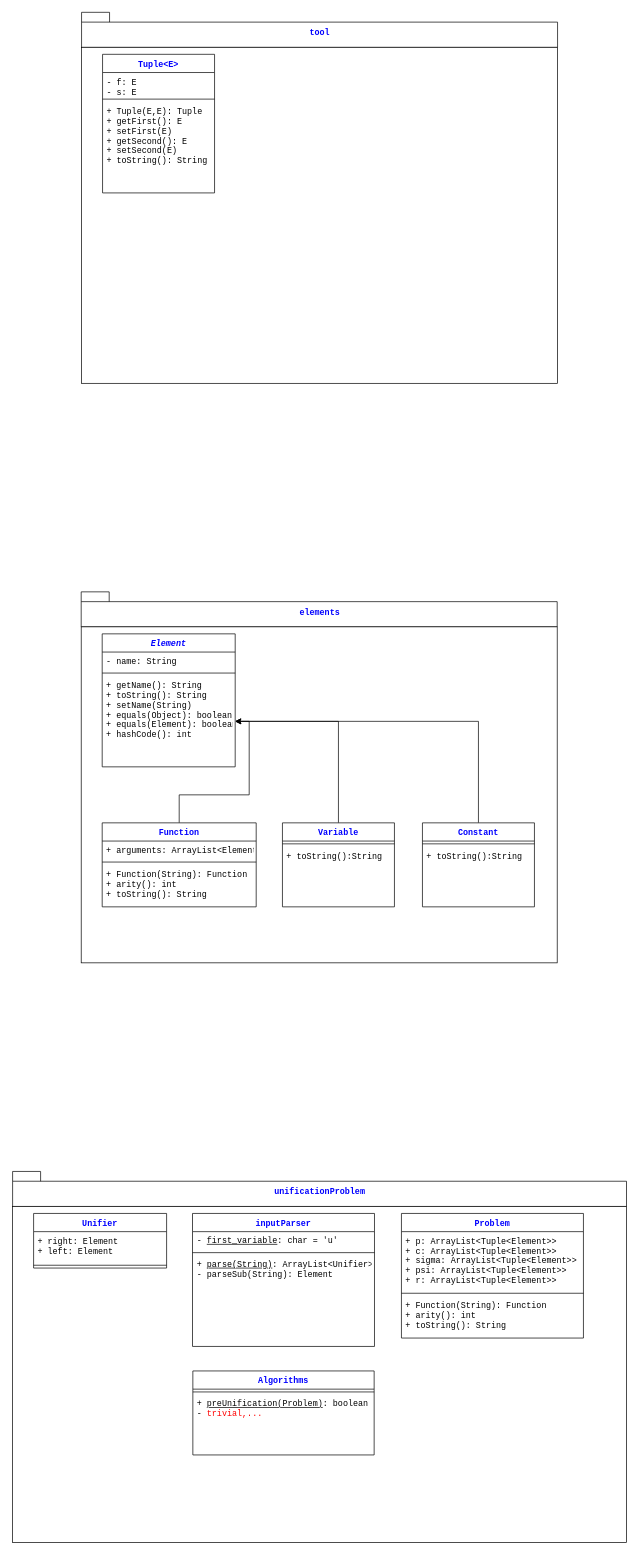
The draw.io diagram Documentation/SystemModel.drawio in SophieHofmanninger/Solving-proximity-constraints, before the edit. Source tidied: cells renumbered, new cells numbered last; positions are measured from the earlier drawing's top-left corner, leaving out a move shared by most shapes. Both pictures are drawn from the tidied source at 70%, with x=0, y=0 at pixel (12, 12).
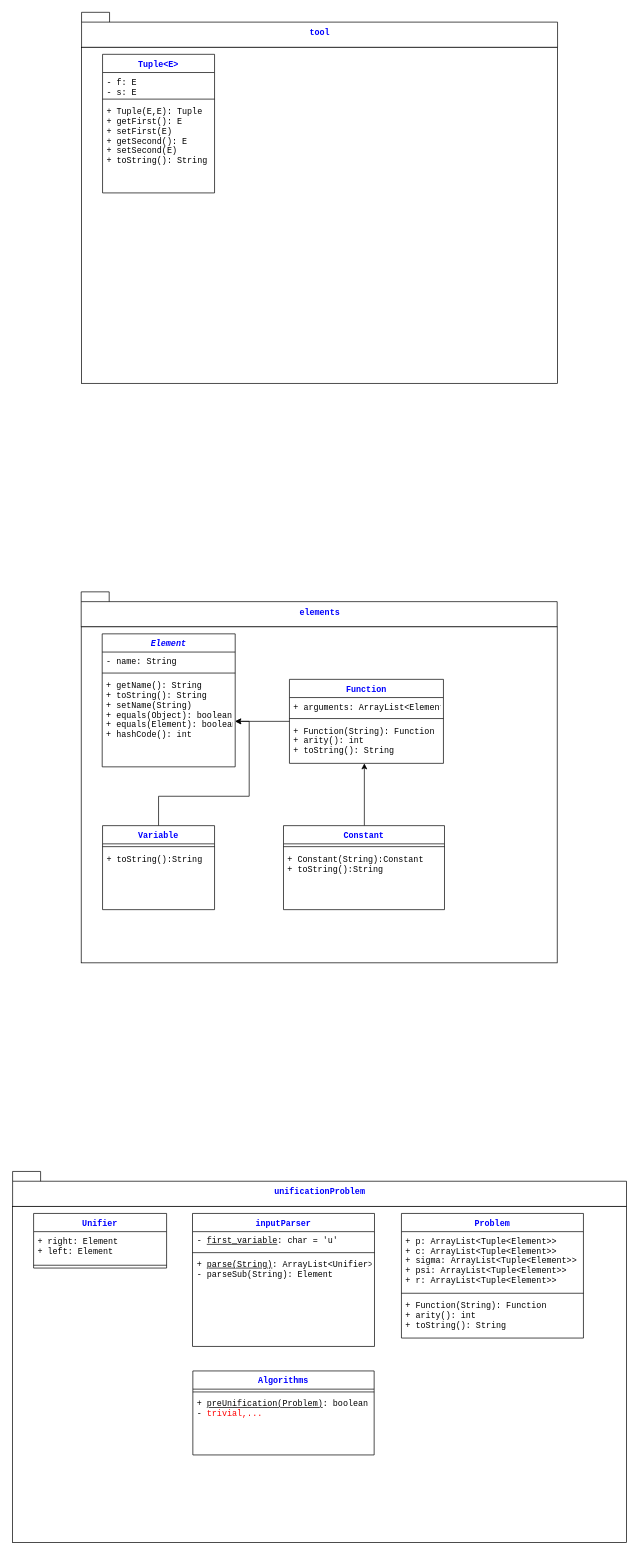
Above is the later version.

Unchanged cells that the change refers to:
```xml
<mxCell id="7" value="+ getName(): String &#10;+ toString(): String&#10;+ setName(String)&#10;+ equals(Object): boolean&#10;+ equals(Element): boolean&#10;+ hashCode(): int&#10;&#10;" style="text;strokeColor=none;fillColor=none;align=left;verticalAlign=top;spacingLeft=4;spacingRight=4;overflow=hidden;points=[[0,0.5],[1,0.5]];portConstraint=eastwest;fontFamily=Consolas;" parent="4" vertex="1">
  <mxGeometry y="60" width="190" height="130" as="geometry" />
</mxCell>
```

The edit, as a diff of the source:
```diff
@@
     <mxCell id="9" value="Function&#10;" style="swimlane;fontStyle=1;align=center;verticalAlign=top;horizontal=1;startSize=26;fontColor=#0000FF;fontFamily=Consolas;" parent="1" vertex="1">
-      <mxGeometry x="128.5" y="1158" width="220" height="120" as="geometry" />
+      <mxGeometry x="396" y="953" width="220" height="120" as="geometry" />
     </mxCell>
@@
     <mxCell id="14" value="Variable&#10;" style="swimlane;fontStyle=1;align=center;verticalAlign=top;horizontal=1;startSize=26;fontColor=#0000FF;fontFamily=Consolas;" parent="1" vertex="1">
-      <mxGeometry x="386" y="1158" width="160" height="120" as="geometry" />
+      <mxGeometry x="129" y="1162" width="160" height="120" as="geometry" />
     </mxCell>
@@
-    <mxCell id="17" style="edgeStyle=orthogonalEdgeStyle;rounded=0;jettySize=auto;html=1;exitX=0.5;exitY=0;exitDx=0;exitDy=0;fontColor=#0000FF;fontFamily=Consolas;" parent="1" edge="1" source="18" target="7">
-      <mxGeometry relative="1" as="geometry" />
-    </mxCell>
+    <mxCell id="43" style="edgeStyle=orthogonalEdgeStyle;rounded=0;jettySize=auto;html=1;exitX=0.5;exitY=0;exitDx=0;exitDy=0;" parent="1" edge="1" source="18">
+      <mxGeometry relative="1" as="geometry">
+        <mxPoint x="503" y="1073" as="targetPoint" />
+        <Array as="points">
+          <mxPoint x="503" y="1073" />
+        </Array>
+      </mxGeometry>
+    </mxCell>
     <mxCell id="18" value="Constant&#10;" style="swimlane;fontStyle=1;align=center;verticalAlign=top;horizontal=1;startSize=26;fontColor=#0000FF;fontFamily=Consolas;" parent="1" vertex="1">
-      <mxGeometry x="586" y="1158" width="160" height="120" as="geometry" />
+      <mxGeometry x="387.5" y="1162" width="230" height="120" as="geometry" />
     </mxCell>
     <mxCell id="19" style="line;strokeWidth=1;fillColor=none;align=left;verticalAlign=middle;spacingTop=-1;spacingLeft=3;spacingRight=3;labelPosition=right;fontFamily=Consolas;" parent="18" vertex="1">
-      <mxGeometry y="26" width="160" height="8" as="geometry" />
+      <mxGeometry y="26" width="230" height="8" as="geometry" />
     </mxCell>
-    <mxCell id="20" value="+ toString():String&#10;" style="text;strokeColor=none;fillColor=none;align=left;verticalAlign=top;spacingLeft=4;spacingRight=4;overflow=hidden;fontFamily=Consolas;" parent="18" vertex="1">
-      <mxGeometry y="34" width="160" height="86" as="geometry" />
+    <mxCell id="20" value="+ Constant(String):Constant&#10;+ toString():String&#10;" style="text;strokeColor=none;fillColor=none;align=left;verticalAlign=top;spacingLeft=4;spacingRight=4;overflow=hidden;fontFamily=Consolas;" parent="18" vertex="1">
+      <mxGeometry y="34" width="230" height="86" as="geometry" />
     </mxCell>
```
